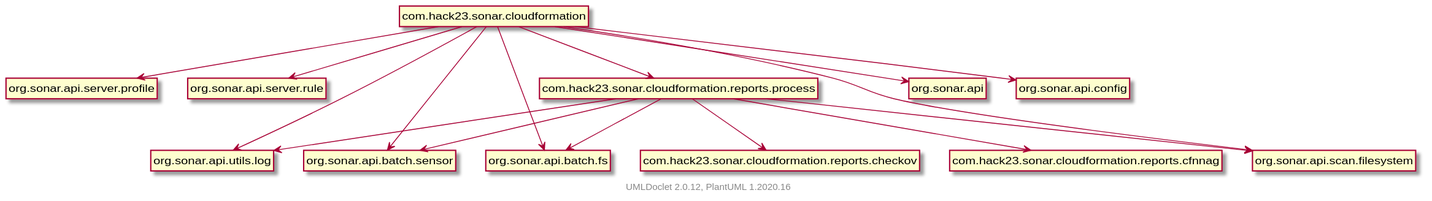
The PlantUML diagram apidocs/package-dependencies.svg in Hack23/sonar-cloudformation-plugin, before a commit.
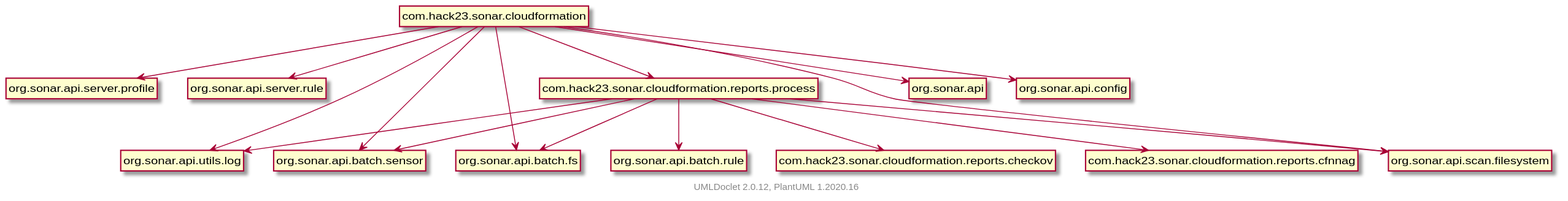
Above is the later version.

The edit, as a diff of the source:
```diff
@@ -17,6 +17,7 @@
     com.hack23.sonar.cloudformation.reports.process --> org.sonar.api.scan.filesystem
     com.hack23.sonar.cloudformation.reports.process --> org.sonar.api.batch.fs
     com.hack23.sonar.cloudformation.reports.process --> org.sonar.api.batch.sensor
+    com.hack23.sonar.cloudformation.reports.process --> org.sonar.api.batch.rule
     com.hack23.sonar.cloudformation.reports.process --> com.hack23.sonar.cloudformation.reports.checkov
     com.hack23.sonar.cloudformation.reports.process --> com.hack23.sonar.cloudformation.reports.cfnnag
 
```
